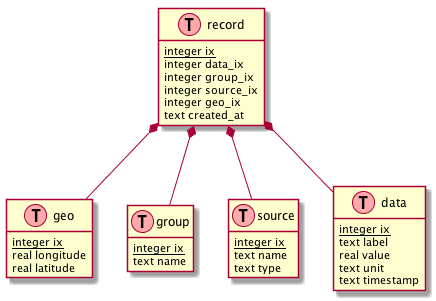
Earlier version of the PlantUML export doc/database.png (dodo5522/solar_monitor).
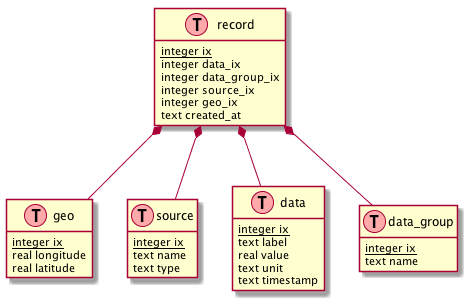
Later version of the same file.

Commit message:
Rename group to data_group.

The edit, as a diff of the source:
```diff
@@ -5,11 +5,6 @@
     <u>integer ix</u>
     real longitude
     real latitude
-}
-
-class group << (T,#FFAAAA) >> {
-    <u>integer ix</u>
-    text name
 }
 
 class source << (T,#FFAAAA) >> {
@@ -26,17 +21,22 @@
     text timestamp
 }
 
+class data_group << (T,#FFAAAA) >> {
+    <u>integer ix</u>
+    text name
+}
+
 class record << (T,#FFAAAA) >> {
     <u>integer ix</u>
     integer data_ix
-    integer group_ix
+    integer data_group_ix
     integer source_ix
     integer geo_ix
     text created_at
 }
 
 record *-- data
-record *-- group
+record *-- data_group
 record *-- source
 record *-- geo
 @enduml
```
